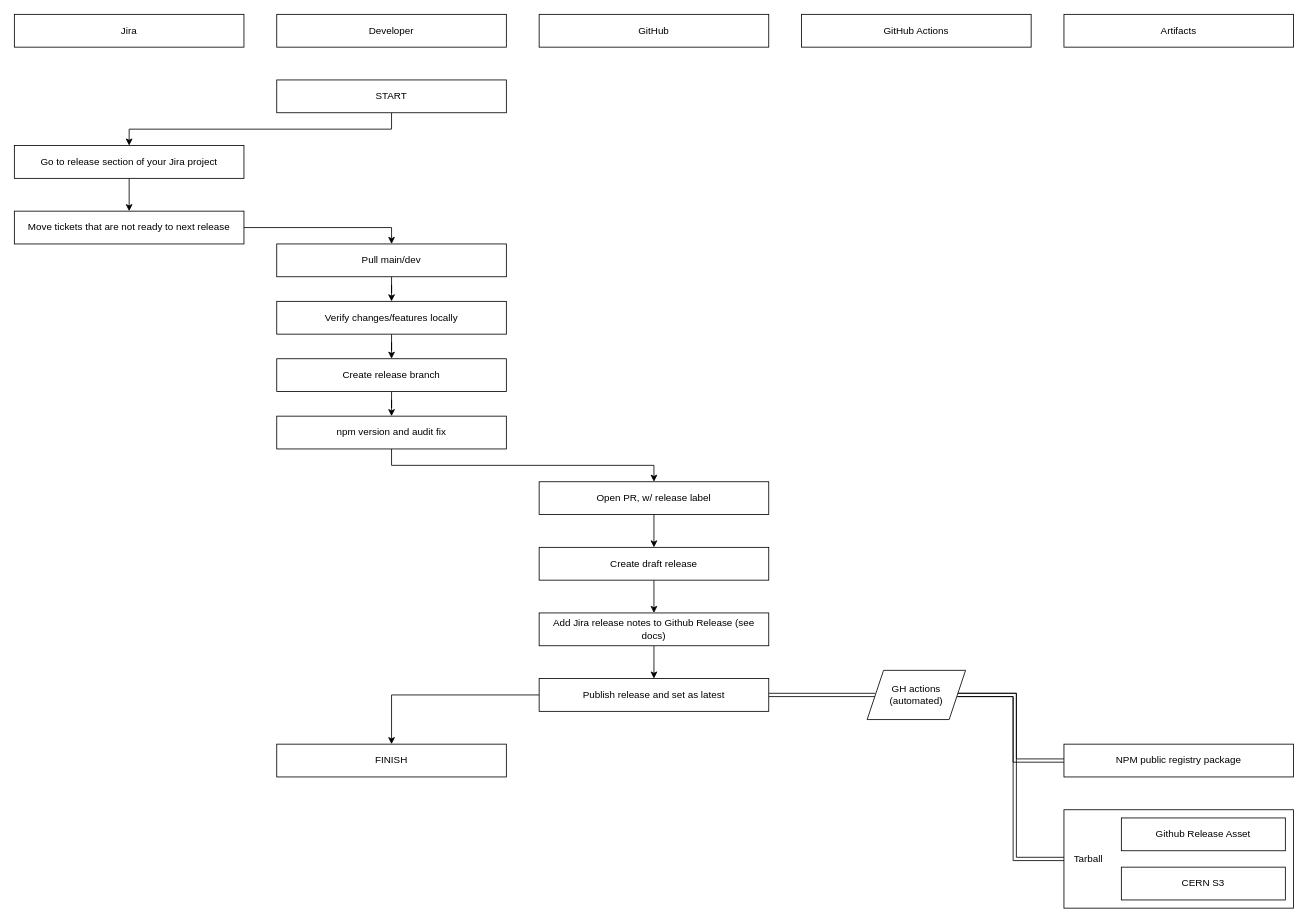
This is documentation/images/release_diagram.drawio from AliceO2Group/WebUi, a draw.io file, before an edit. Source tidied: cells renumbered, new cells numbered last; positions are measured from the earlier drawing's top-left corner, leaving out a move shared by most shapes. Both pictures are drawn from the tidied source at 82%, with x=0, y=0 at pixel (14, 14).
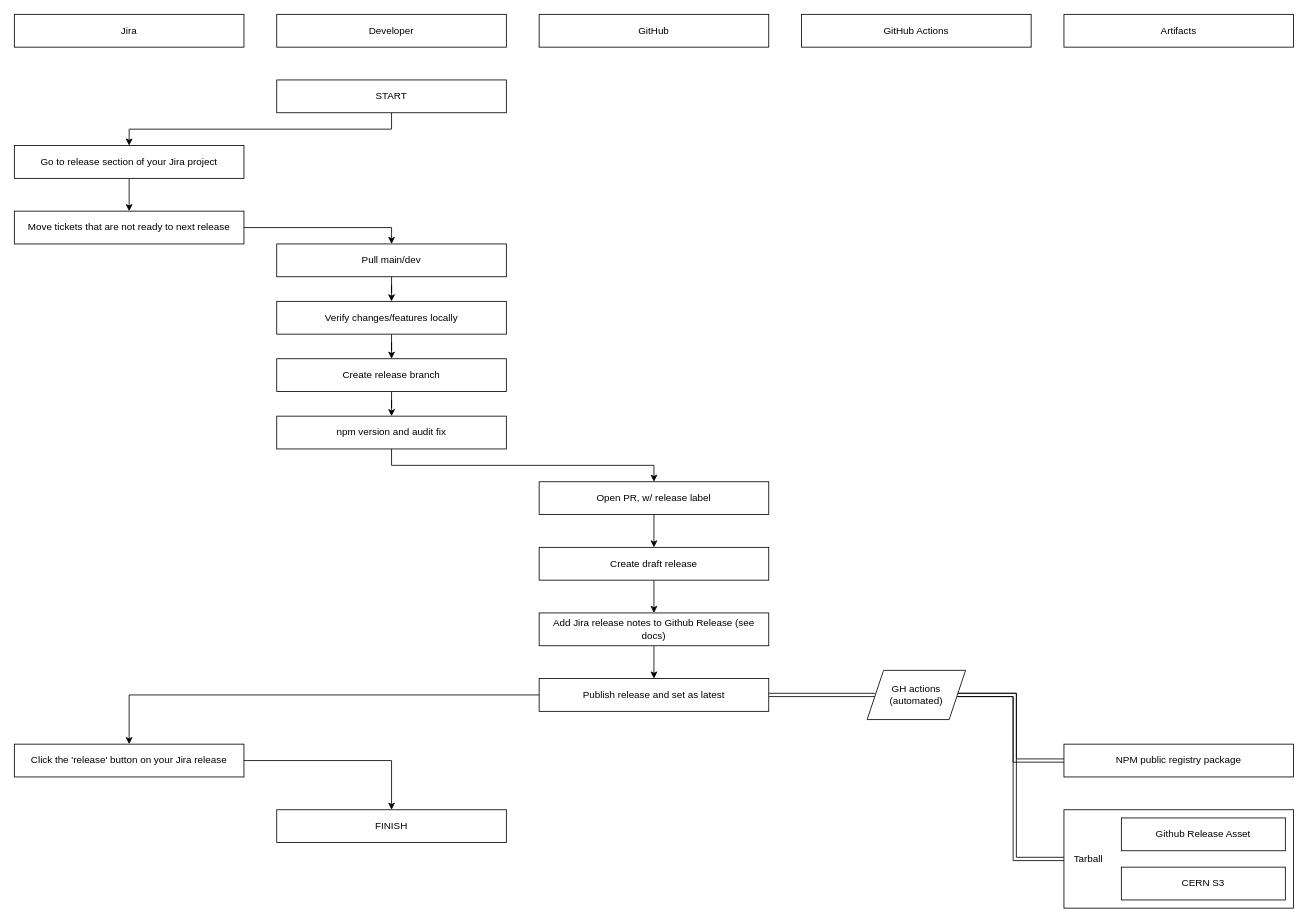
The same page after the edit.

Commit message (it also covers changes not shown here):
[docs] Add last Jira step in deploy diagram

Diff of the diagram source:
```diff
@@
+    <mxCell id="39" style="edgeStyle=orthogonalEdgeStyle;rounded=0;jettySize=auto;html=1;entryX=0.5;entryY=0;entryDx=0;entryDy=0;" parent="1" edge="1" source="28" target="40">
+      <mxGeometry relative="1" as="geometry" />
+    </mxCell>
-    <mxCell id="28" value="FINISH" style="rounded=0;whiteSpace=wrap;html=1;" parent="1" vertex="1">
-      <mxGeometry x="320" y="890" width="280" height="40" as="geometry" />
+    <mxCell id="28" value="Click the 'release' button on your Jira release" style="rounded=0;whiteSpace=wrap;html=1;" parent="1" vertex="1">
+      <mxGeometry y="890" width="280" height="40" as="geometry" />
     </mxCell>
@@
+    <mxCell id="40" value="FINISH" style="rounded=0;whiteSpace=wrap;html=1;" parent="1" vertex="1">
+      <mxGeometry x="320" y="970" width="280" height="40" as="geometry" />
+    </mxCell>
```
